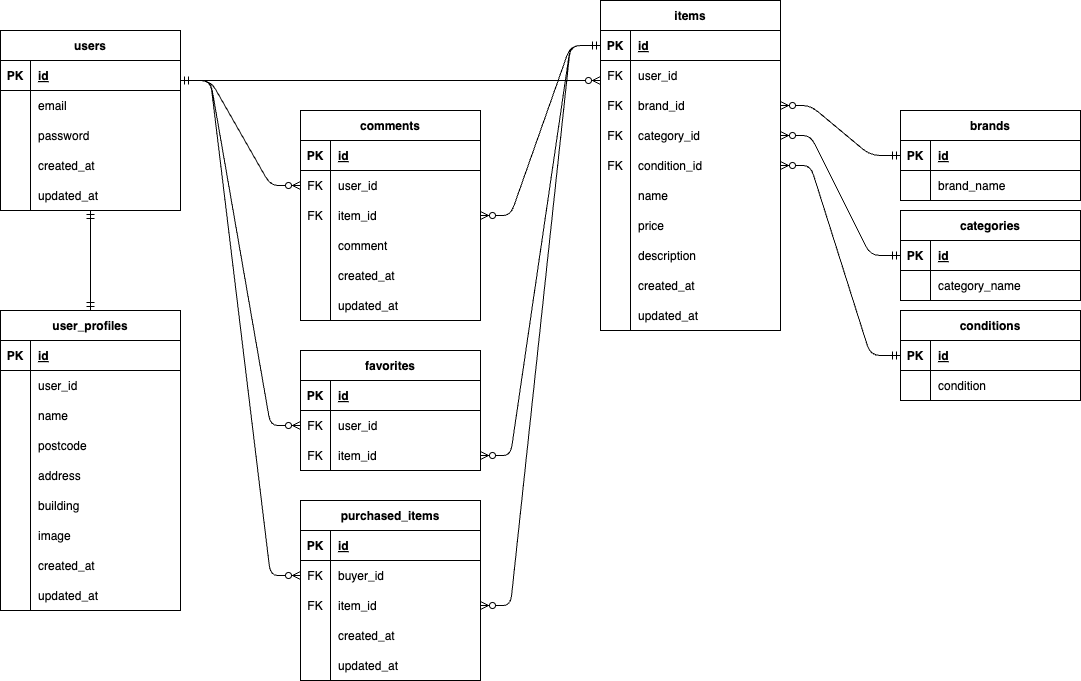
Earlier version of the draw.io export er.png (hstonewell/mock_third). Source tidied: cells renumbered, new cells last; positions are measured from the earlier drawing's top-left corner, leaving out a move shared by most shapes.
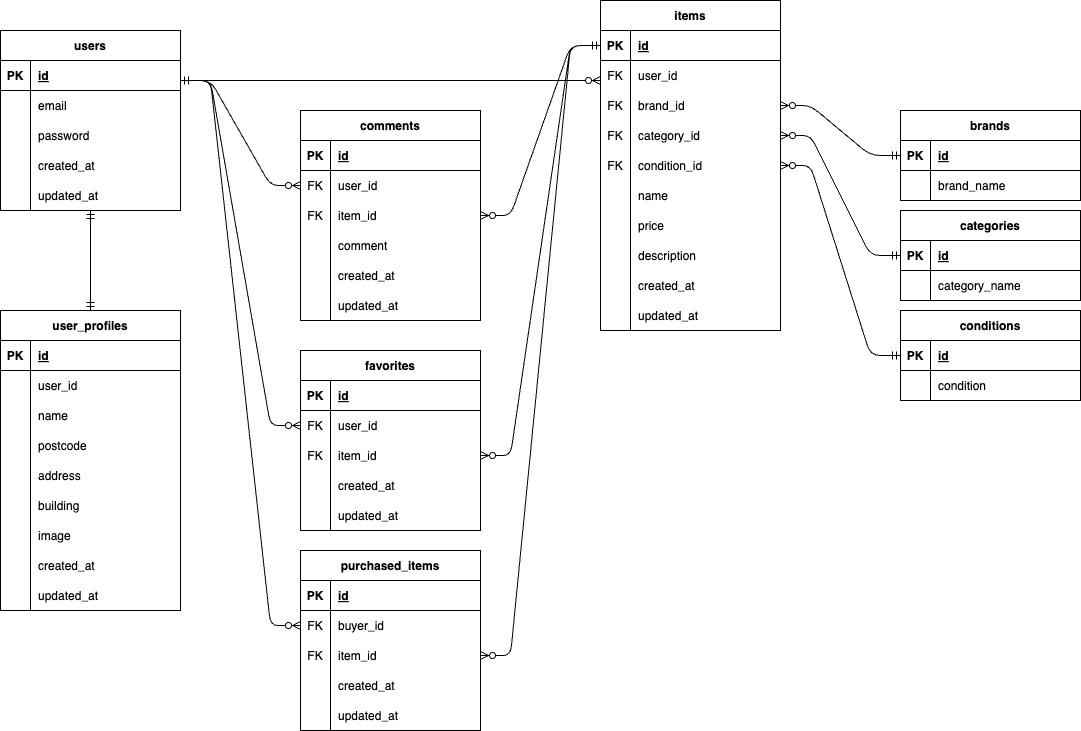
After the commit.

What changed in the source:
```diff
@@ -186,7 +186,7 @@
       <mxGeometry x="30" width="150" height="30" as="geometry" />
     </mxCell>
     <mxCell id="63" value="favorites" style="shape=table;startSize=30;rowLines=0;fontStyle=1;align=center;" parent="1" vertex="1">
-      <mxGeometry x="300" y="350" width="180" height="120" as="geometry" />
+      <mxGeometry x="300" y="350" width="180" height="180" as="geometry" />
     </mxCell>
     <mxCell id="64" style="shape=tableRow;horizontal=0;startSize=0;swimlaneHead=0;swimlaneBody=0;fillColor=none;top=0;left=0;right=0;bottom=1;" parent="63" vertex="1">
       <mxGeometry y="30" width="180" height="30" as="geometry" />
@@ -215,6 +215,24 @@
     <mxCell id="72" value="item_id" style="shape=partialRectangle;fillColor=none;top=0;left=0;bottom=0;right=0;align=left;spacingLeft=6;overflow=hidden;" parent="70" vertex="1">
       <mxGeometry x="30" width="150" height="30" as="geometry" />
     </mxCell>
+    <mxCell id="154" style="shape=tableRow;horizontal=0;startSize=0;swimlaneHead=0;swimlaneBody=0;fillColor=none;top=0;left=0;right=0;bottom=0;" parent="63" vertex="1">
+      <mxGeometry y="120" width="180" height="30" as="geometry" />
+    </mxCell>
+    <mxCell id="155" style="shape=partialRectangle;fillColor=none;top=0;left=0;bottom=0;right=0;overflow=hidden;" parent="154" vertex="1">
+      <mxGeometry width="30" height="30" as="geometry" />
+    </mxCell>
+    <mxCell id="156" value="created_at" style="shape=partialRectangle;fillColor=none;top=0;left=0;bottom=0;right=0;align=left;spacingLeft=6;overflow=hidden;" parent="154" vertex="1">
+      <mxGeometry x="30" width="150" height="30" as="geometry" />
+    </mxCell>
+    <mxCell id="157" style="shape=tableRow;horizontal=0;startSize=0;swimlaneHead=0;swimlaneBody=0;fillColor=none;top=0;left=0;right=0;bottom=0;" parent="63" vertex="1">
+      <mxGeometry y="150" width="180" height="30" as="geometry" />
+    </mxCell>
+    <mxCell id="158" style="shape=partialRectangle;fillColor=none;top=0;left=0;bottom=0;right=0;overflow=hidden;" parent="157" vertex="1">
+      <mxGeometry width="30" height="30" as="geometry" />
+    </mxCell>
+    <mxCell id="159" value="updated_at" style="shape=partialRectangle;fillColor=none;top=0;left=0;bottom=0;right=0;align=left;spacingLeft=6;overflow=hidden;" parent="157" vertex="1">
+      <mxGeometry x="30" width="150" height="30" as="geometry" />
+    </mxCell>
     <mxCell id="73" value="comments" style="shape=table;startSize=30;rowLines=0;fontStyle=1;align=center;" parent="1" vertex="1">
       <mxGeometry x="300" y="110" width="180" height="210" as="geometry" />
     </mxCell>
@@ -273,7 +291,7 @@
       <mxGeometry x="30" width="150" height="30" as="geometry" />
     </mxCell>
     <mxCell id="92" value="purchased_items" style="shape=table;startSize=30;rowLines=0;fontStyle=1;align=center;" parent="1" vertex="1">
-      <mxGeometry x="300" y="500" width="180" height="180" as="geometry" />
+      <mxGeometry x="300" y="550" width="180" height="180" as="geometry" />
     </mxCell>
     <mxCell id="93" style="shape=tableRow;horizontal=0;startSize=0;swimlaneHead=0;swimlaneBody=0;fillColor=none;top=0;left=0;right=0;bottom=1;" parent="92" vertex="1">
       <mxGeometry y="30" width="180" height="30" as="geometry" />
```
